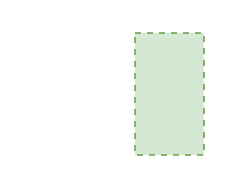
This is HouseRoof.drawio from algimas/tmp, a draw.io file, before an edit. Source tidied: cells renumbered, new cells numbered last; positions are measured from the earlier drawing's top-left corner, leaving out a move shared by most shapes. Both pictures are drawn from the tidied source at 200%, with x=0, y=0 at pixel (134, 32).
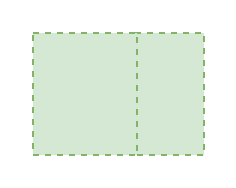
After the change.

The edit, as a diff of the source:
```diff
@@
 <mxGraphModel>
   <root>
     <mxCell id="0" />
     <mxCell id="1" parent="0" />
     <mxCell id="2" style="rounded=0;whiteSpace=wrap;html=1;fillColor=#d5e8d4;strokeColor=#82b366;dashed=1;" parent="1" vertex="1">
       <mxGeometry width="34.5" height="61" as="geometry" />
     </mxCell>
+    <mxCell id="3" style="rounded=0;whiteSpace=wrap;html=1;fillColor=#d5e8d4;strokeColor=#82b366;dashed=1;" parent="1" vertex="1">
+      <mxGeometry x="-51" width="52" height="61" as="geometry" />
+    </mxCell>
   </root>
 </mxGraphModel>
```
